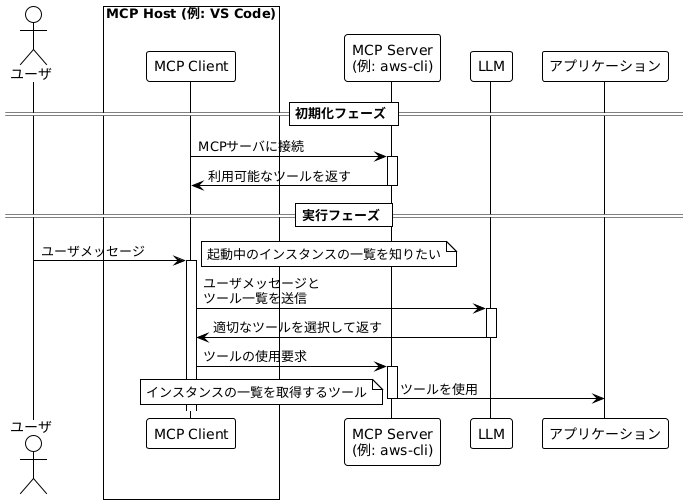
Above: 20250702_qiitabash/assets/mcp.png in RyosukeDTomita/marp_env (PlantUML), before the change.
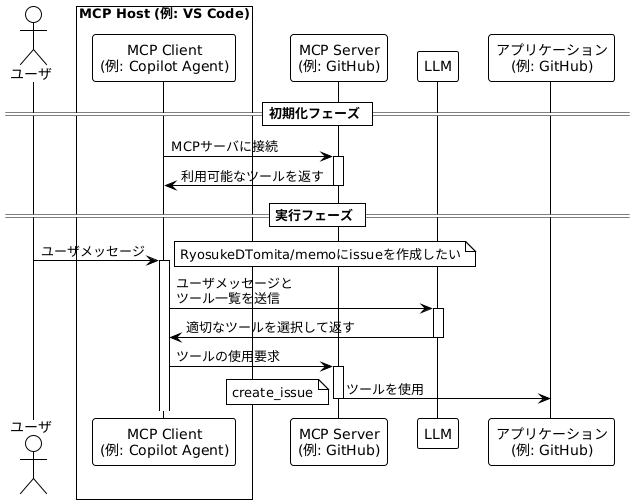
The same diagram one commit later.

Diff of the diagram source:
```diff
@@ -4,11 +4,11 @@
 
 actor "ユーザ" as user
 box "MCP Host (例: VS Code)"
-participant "MCP Client" as client
+participant "MCP Client\n(例: Copilot Agent)" as client
 end box
-participant "MCP Server\n(例: aws-cli)" as server
+participant "MCP Server\n(例: GitHub)" as server
 participant "LLM" as llm
-participant "アプリケーション" as app
+participant "アプリケーション\n(例: GitHub)" as app
 
 == 初期化フェーズ ==
 client -> server : MCPサーバに接続
@@ -18,7 +18,7 @@
 
 == 実行フェーズ ==
 user -> client: ユーザメッセージ
-note right: 起動中のインスタンスの一覧を知りたい
+note right: RyosukeDTomita/memoにissueを作成したい
 activate client
 
 client -> llm : ユーザメッセージと\nツール一覧を送信
@@ -29,6 +29,6 @@
 client -> server : ツールの使用要求
 activate server
 server -> app: ツールを使用
-note left: インスタンスの一覧を取得するツール
+note left: create_issue
 deactivate server
 @enduml
```
